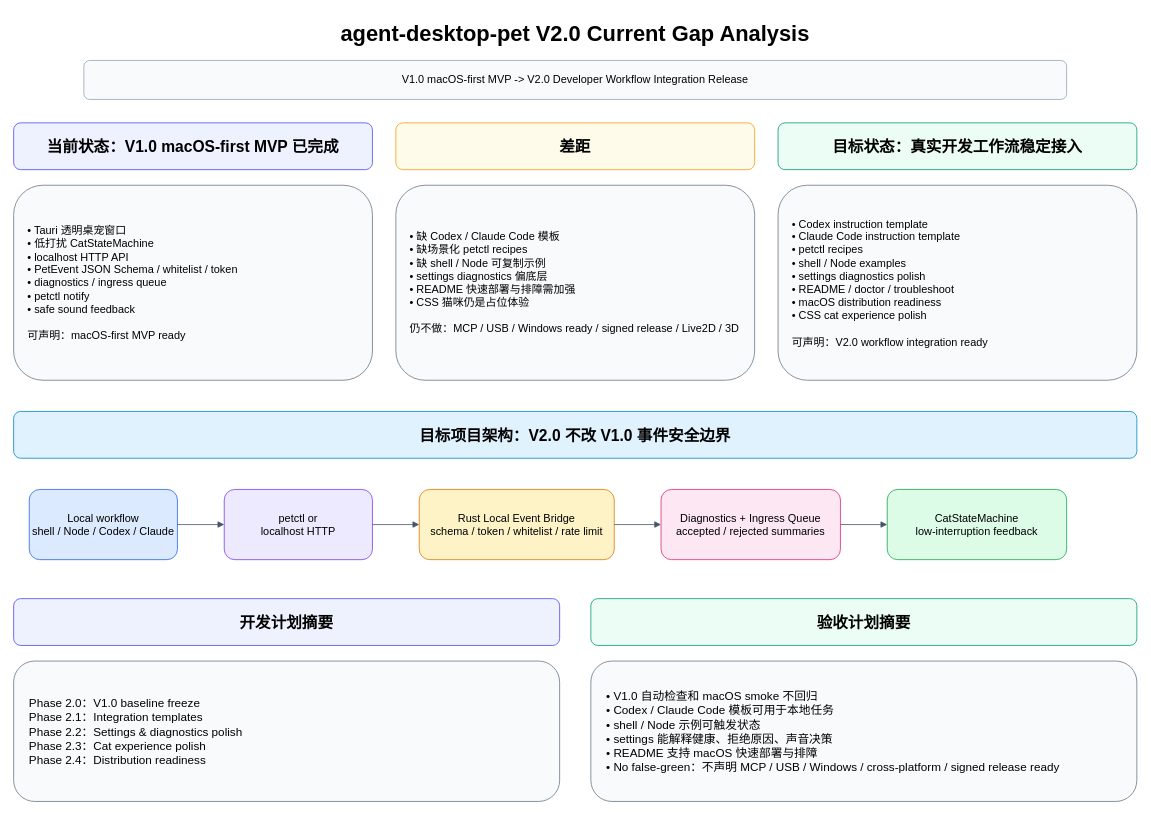
ljx418/meeting-voice-assistant keeps this draw.io diagram as codexPat/docs/V2.0/v2_0_current_gap_analysis.drawio. Above is the earlier version. Source tidied: cells renumbered, new cells numbered last; positions are measured from the earlier drawing's top-left corner, leaving out a move shared by most shapes. Both pictures are drawn from the tidied source at 78%, with x=0, y=0 at pixel (13, 13).
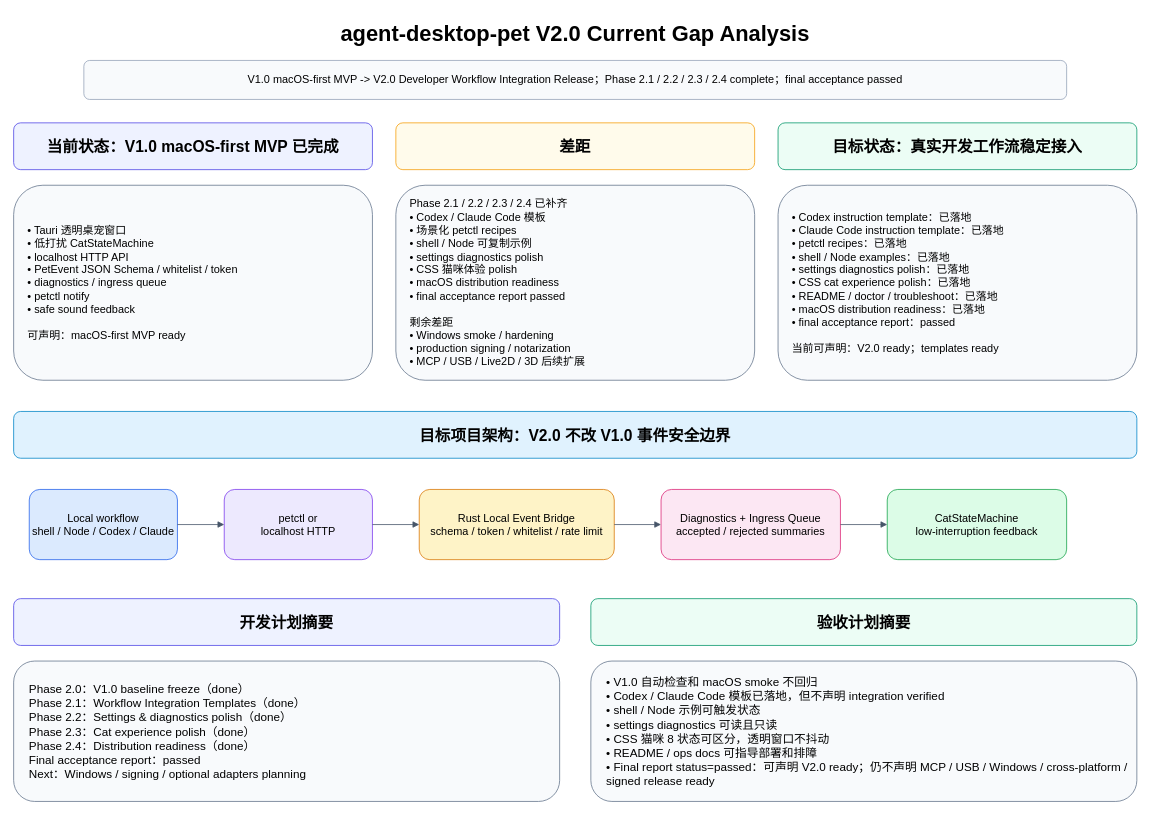
Above is the later version.

Diff of the diagram source:
```diff
@@
-    <mxCell id="3" value="V1.0 macOS-first MVP -&gt; V2.0 Developer Workflow Integration Release" style="rounded=1;whiteSpace=wrap;html=1;fillColor=#F8FAFC;strokeColor=#94A3B8;fontSize=14;align=center;" parent="1" vertex="1">
+    <mxCell id="3" value="V1.0 macOS-first MVP -&gt; V2.0 Developer Workflow Integration Release；Phase 2.1 / 2.2 / 2.3 / 2.4 complete；final acceptance passed" style="rounded=1;whiteSpace=wrap;html=1;fillColor=#F8FAFC;strokeColor=#94A3B8;fontSize=14;align=center;" parent="1" vertex="1">
       <mxGeometry x="90" y="60" width="1260" height="50" as="geometry" />
     </mxCell>
@@
-    <mxCell id="7" value="• Codex instruction template&lt;br&gt;• Claude Code instruction template&lt;br&gt;• petctl recipes&lt;br&gt;• shell / Node examples&lt;br&gt;• settings diagnostics polish&lt;br&gt;• README / doctor / troubleshoot&lt;br&gt;• macOS distribution readiness&lt;br&gt;• CSS cat experience polish&lt;br&gt;&lt;br&gt;可声明：V2.0 workflow integration ready" style="rounded=1;whiteSpace=wrap;html=1;fillColor=#F8FAFC;strokeColor=#64748B;align=left;spacingLeft=16;fontSize=14;" parent="1" vertex="1">
+    <mxCell id="7" value="• Codex instruction template：已落地&lt;br&gt;• Claude Code instruction template：已落地&lt;br&gt;• petctl recipes：已落地&lt;br&gt;• shell / Node examples：已落地&lt;br&gt;• settings diagnostics polish：已落地&lt;br&gt;• CSS cat experience polish：已落地&lt;br&gt;• README / doctor / troubleshoot：已落地&lt;br&gt;• macOS distribution readiness：已落地&lt;br&gt;• final acceptance report：passed&lt;br&gt;&lt;br&gt;当前可声明：V2.0 ready；templates ready" style="rounded=1;whiteSpace=wrap;html=1;fillColor=#F8FAFC;strokeColor=#64748B;align=left;spacingLeft=16;fontSize=14;" parent="1" vertex="1">
       <mxGeometry x="980" y="220" width="460" height="250" as="geometry" />
     </mxCell>
@@
-    <mxCell id="9" value="• 缺 Codex / Claude Code 模板&lt;br&gt;• 缺场景化 petctl recipes&lt;br&gt;• 缺 shell / Node 可复制示例&lt;br&gt;• settings diagnostics 偏底层&lt;br&gt;• README 快速部署与排障需加强&lt;br&gt;• CSS 猫咪仍是占位体验&lt;br&gt;&lt;br&gt;仍不做：MCP / USB / Windows ready / signed release / Live2D / 3D" style="rounded=1;whiteSpace=wrap;html=1;fillColor=#F8FAFC;strokeColor=#64748B;align=left;spacingLeft=16;fontSize=14;" parent="1" vertex="1">
+    <mxCell id="9" value="Phase 2.1 / 2.2 / 2.3 / 2.4 已补齐&lt;br&gt;• Codex / Claude Code 模板&lt;br&gt;• 场景化 petctl recipes&lt;br&gt;• shell / Node 可复制示例&lt;br&gt;• settings diagnostics polish&lt;br&gt;• CSS 猫咪体验 polish&lt;br&gt;• macOS distribution readiness&lt;br&gt;• final acceptance report passed&lt;br&gt;&lt;br&gt;剩余差距&lt;br&gt;• Windows smoke / hardening&lt;br&gt;• production signing / notarization&lt;br&gt;• MCP / USB / Live2D / 3D 后续扩展" style="rounded=1;whiteSpace=wrap;html=1;fillColor=#F8FAFC;strokeColor=#64748B;align=left;spacingLeft=16;fontSize=14;" parent="1" vertex="1">
       <mxGeometry x="490" y="220" width="460" height="250" as="geometry" />
     </mxCell>
@@
-    <mxCell id="21" value="Phase 2.0：V1.0 baseline freeze&lt;br&gt;Phase 2.1：Integration templates&lt;br&gt;Phase 2.2：Settings &amp; diagnostics polish&lt;br&gt;Phase 2.3：Cat experience polish&lt;br&gt;Phase 2.4：Distribution readiness" style="rounded=1;whiteSpace=wrap;html=1;fillColor=#F8FAFC;strokeColor=#64748B;align=left;spacingLeft=18;fontSize=15;" parent="1" vertex="1">
+    <mxCell id="21" value="Phase 2.0：V1.0 baseline freeze（done）&lt;br&gt;Phase 2.1：Workflow Integration Templates（done）&lt;br&gt;Phase 2.2：Settings &amp; diagnostics polish（done）&lt;br&gt;Phase 2.3：Cat experience polish（done）&lt;br&gt;Phase 2.4：Distribution readiness（done）&lt;br&gt;Final acceptance report：passed&lt;br&gt;Next：Windows / signing / optional adapters planning" style="rounded=1;whiteSpace=wrap;html=1;fillColor=#F8FAFC;strokeColor=#64748B;align=left;spacingLeft=18;fontSize=15;" parent="1" vertex="1">
       <mxGeometry y="830" width="700" height="180" as="geometry" />
     </mxCell>
@@
-    <mxCell id="23" value="• V1.0 自动检查和 macOS smoke 不回归&lt;br&gt;• Codex / Claude Code 模板可用于本地任务&lt;br&gt;• shell / Node 示例可触发状态&lt;br&gt;• settings 能解释健康、拒绝原因、声音决策&lt;br&gt;• README 支持 macOS 快速部署与排障&lt;br&gt;• No false-green：不声明 MCP / USB / Windows / cross-platform / signed release ready" style="rounded=1;whiteSpace=wrap;html=1;fillColor=#F8FAFC;strokeColor=#64748B;align=left;spacingLeft=18;fontSize=15;" parent="1" vertex="1">
+    <mxCell id="23" value="• V1.0 自动检查和 macOS smoke 不回归&lt;br&gt;• Codex / Claude Code 模板已落地，但不声明 integration verified&lt;br&gt;• shell / Node 示例可触发状态&lt;br&gt;• settings diagnostics 可读且只读&lt;br&gt;• CSS 猫咪 8 状态可区分，透明窗口不抖动&lt;br&gt;• README / ops docs 可指导部署和排障&lt;br&gt;• Final report status=passed：可声明 V2.0 ready；仍不声明 MCP / USB / Windows / cross-platform / signed release ready" style="rounded=1;whiteSpace=wrap;html=1;fillColor=#F8FAFC;strokeColor=#64748B;align=left;spacingLeft=18;fontSize=15;" parent="1" vertex="1">
       <mxGeometry x="740" y="830" width="700" height="180" as="geometry" />
     </mxCell>
```
